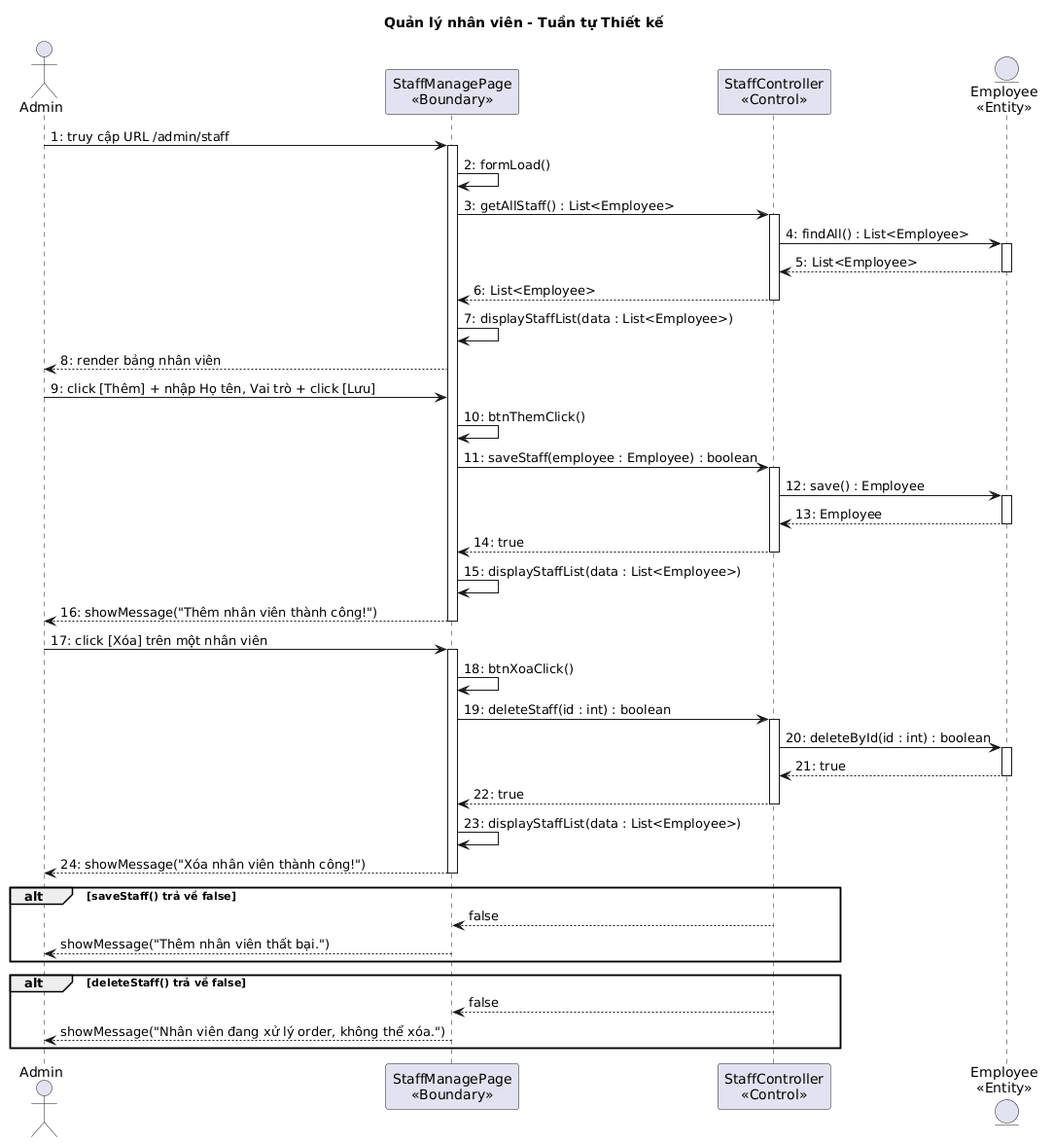
This is output/diagrams/account_seq_staff_design.png from thanhtrnnn/cnpm, a PlantUML export, as it was before one commit.
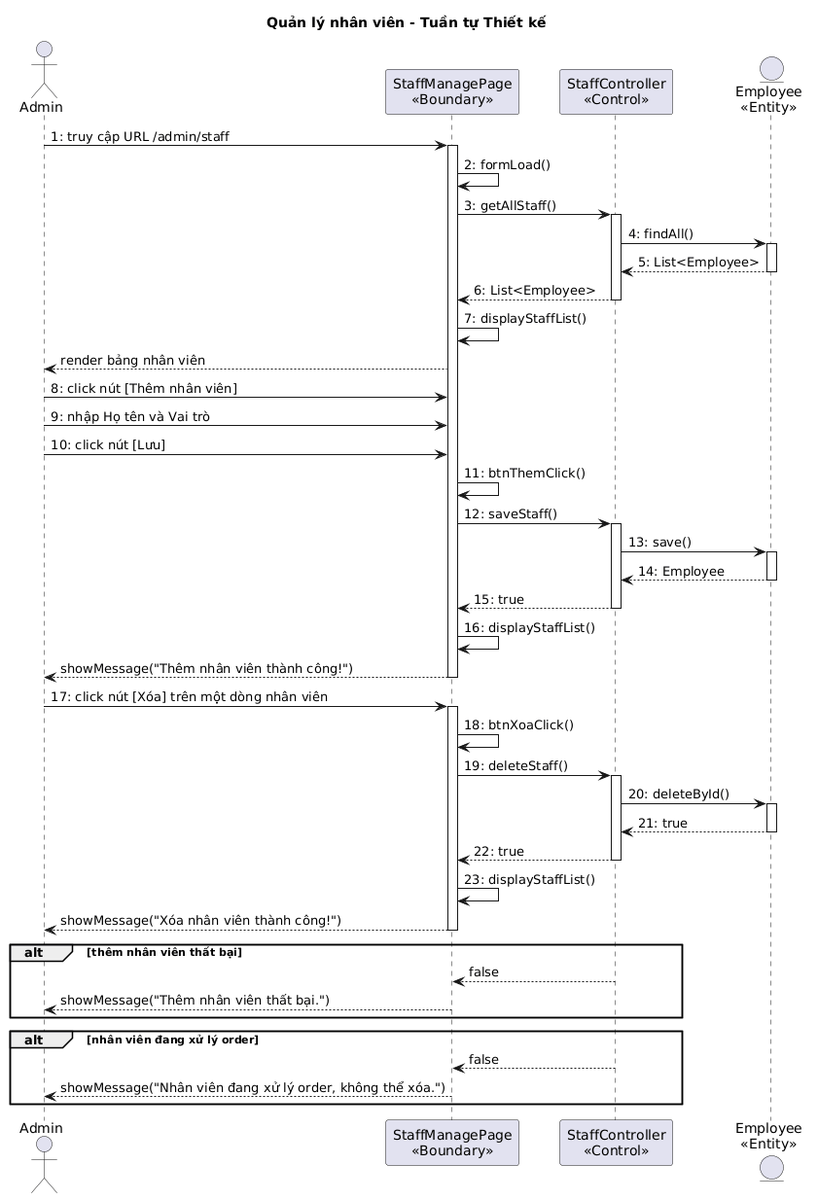
Above is the later version.

Diff of the diagram source:
```diff
@@ -9,52 +9,54 @@
 Admin -> B1 : 1: truy cập URL /admin/staff
 activate B1
 B1 -> B1 : 2: formLoad()
-B1 -> C1 : 3: getAllStaff() : List<Employee>
+B1 -> C1 : 3: getAllStaff()
 activate C1
-C1 -> E1 : 4: findAll() : List<Employee>
+C1 -> E1 : 4: findAll()
 activate E1
 E1 --> C1 : 5: List<Employee>
 deactivate E1
 C1 --> B1 : 6: List<Employee>
 deactivate C1
-B1 -> B1 : 7: displayStaffList(data : List<Employee>)
-B1 --> Admin : 8: render bảng nhân viên
+B1 -> B1 : 7: displayStaffList()
+B1 --> Admin : render bảng nhân viên
 
-Admin -> B1 : 9: click [Thêm] + nhập Họ tên, Vai trò + click [Lưu]
-B1 -> B1 : 10: btnThemClick()
-B1 -> C1 : 11: saveStaff(employee : Employee) : boolean
+Admin -> B1 : 8: click nút [Thêm nhân viên]
+Admin -> B1 : 9: nhập Họ tên và Vai trò
+Admin -> B1 : 10: click nút [Lưu]
+B1 -> B1 : 11: btnThemClick()
+B1 -> C1 : 12: saveStaff()
 activate C1
-C1 -> E1 : 12: save() : Employee
+C1 -> E1 : 13: save()
 activate E1
-E1 --> C1 : 13: Employee
+E1 --> C1 : 14: Employee
 deactivate E1
-C1 --> B1 : 14: true
+C1 --> B1 : 15: true
 deactivate C1
-B1 -> B1 : 15: displayStaffList(data : List<Employee>)
-B1 --> Admin : 16: showMessage("Thêm nhân viên thành công!")
+B1 -> B1 : 16: displayStaffList()
+B1 --> Admin : showMessage("Thêm nhân viên thành công!")
 deactivate B1
 
-Admin -> B1 : 17: click [Xóa] trên một nhân viên
+Admin -> B1 : 17: click nút [Xóa] trên một dòng nhân viên
 activate B1
 B1 -> B1 : 18: btnXoaClick()
-B1 -> C1 : 19: deleteStaff(id : int) : boolean
+B1 -> C1 : 19: deleteStaff()
 activate C1
-C1 -> E1 : 20: deleteById(id : int) : boolean
+C1 -> E1 : 20: deleteById()
 activate E1
 E1 --> C1 : 21: true
 deactivate E1
 C1 --> B1 : 22: true
 deactivate C1
-B1 -> B1 : 23: displayStaffList(data : List<Employee>)
-B1 --> Admin : 24: showMessage("Xóa nhân viên thành công!")
+B1 -> B1 : 23: displayStaffList()
+B1 --> Admin : showMessage("Xóa nhân viên thành công!")
 deactivate B1
 
-alt saveStaff() trả về false
+alt thêm nhân viên thất bại
   C1 --> B1 : false
   B1 --> Admin : showMessage("Thêm nhân viên thất bại.")
 end
 
-alt deleteStaff() trả về false
+alt nhân viên đang xử lý order
   C1 --> B1 : false
   B1 --> Admin : showMessage("Nhân viên đang xử lý order, không thể xóa.")
 end
```
